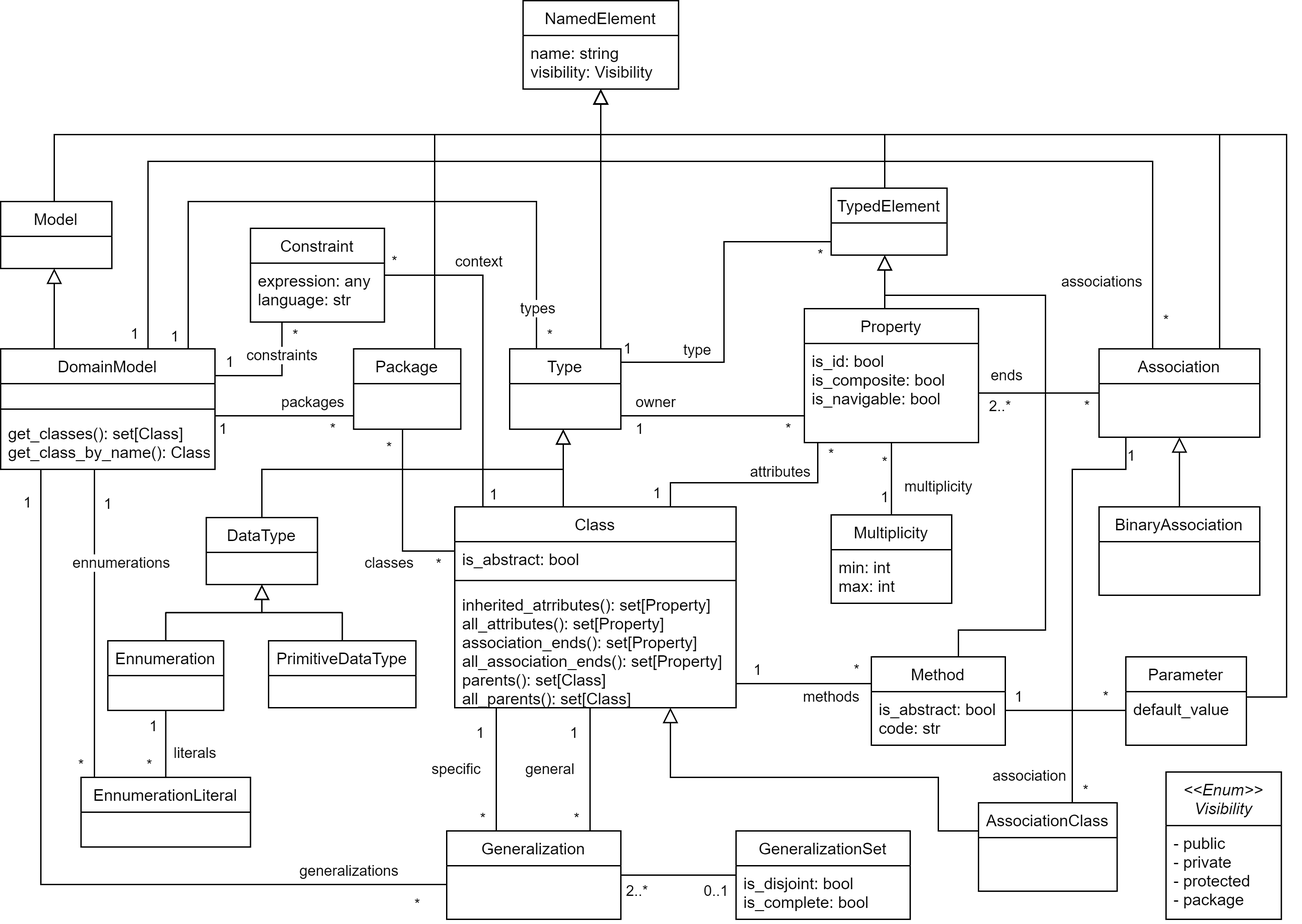
Above: docs/source/img/structural_mm.png in BESSER-PEARL/BESSER (draw.io), before the change. Source tidied: cells renumbered, new cells last; positions are measured from the earlier drawing's top-left corner, leaving out a move shared by most shapes.
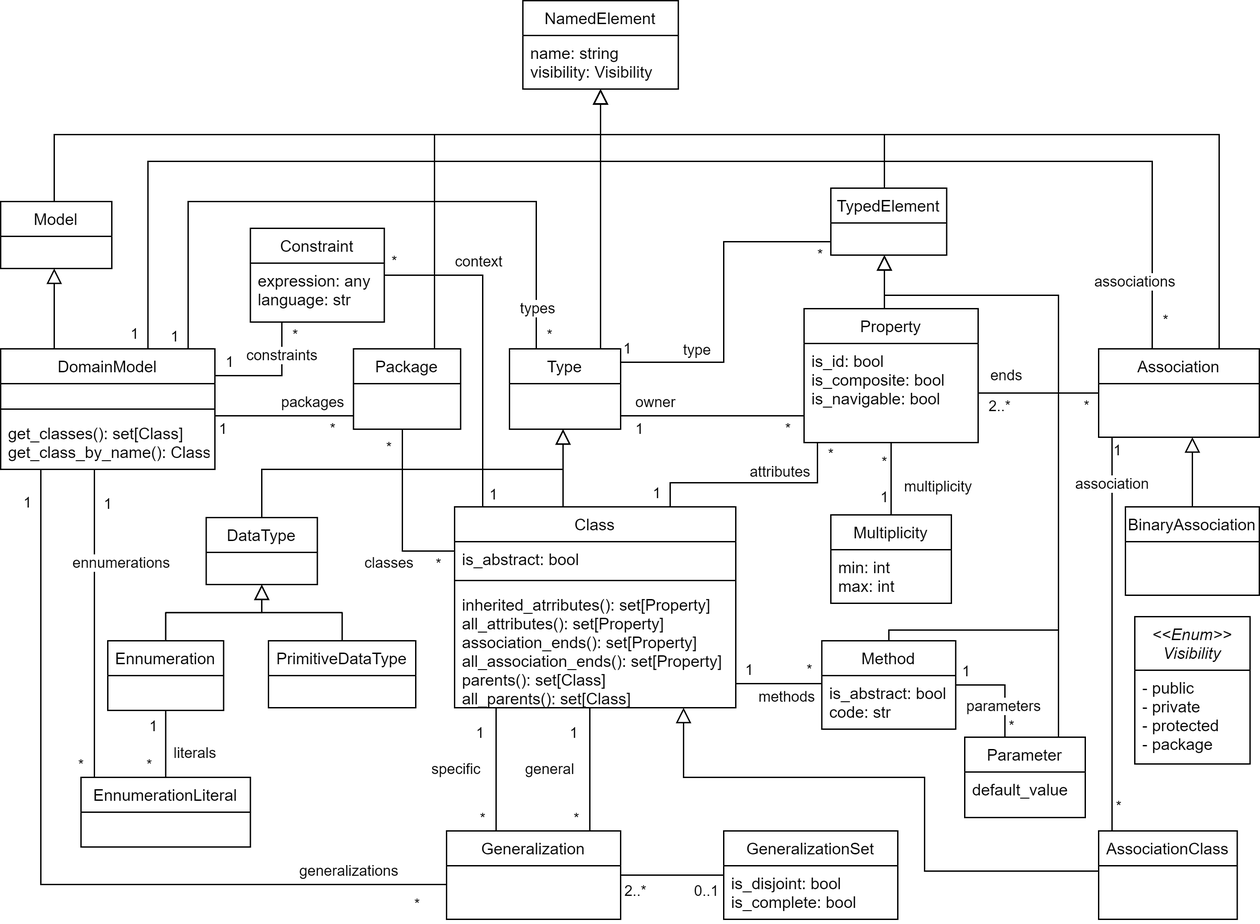
The same diagram one commit later.

Commit message:
Update Parameter class

Diff of the diagram source:
```diff
@@ -3,7 +3,7 @@
     <mxCell id="0" />
     <mxCell id="1" parent="0" />
     <mxCell id="2" value="&lt;&lt;Enum&gt;&gt;&#10;Visibility" style="swimlane;fontStyle=2;horizontal=1;startSize=40;fillColor=none;" parent="1" vertex="1">
-      <mxGeometry x="870" y="576" width="86.1" height="110" as="geometry" />
+      <mxGeometry x="847" y="460" width="86.1" height="110" as="geometry" />
     </mxCell>
     <mxCell id="3" value="- public&#10;- private&#10;- protected&#10;- package" style="text;strokeColor=none;fillColor=none;align=left;verticalAlign=top;spacingLeft=4;spacingRight=4;overflow=hidden;" parent="2" vertex="1">
       <mxGeometry y="40" width="86.1" height="70" as="geometry" />
@@ -181,45 +181,49 @@
       </mxGeometry>
     </mxCell>
     <mxCell id="41" value="BinaryAssociation" style="swimlane;fontStyle=0;horizontal=1;startSize=26;fillColor=none;" parent="1" vertex="1">
-      <mxGeometry x="820" y="378" width="120" height="66" as="geometry" />
+      <mxGeometry x="840" y="378" width="100" height="66" as="geometry" />
     </mxCell>
     <mxCell id="42" style="edgeStyle=orthogonalEdgeStyle;rounded=0;jettySize=auto;html=1;fontSize=12;fontColor=#99BEFF;startArrow=none;startFill=0;endArrow=block;endFill=0;endSize=9;" parent="1" edge="1" source="41" target="36">
-      <mxGeometry relative="1" as="geometry" />
+      <mxGeometry relative="1" as="geometry">
+        <Array as="points">
+          <mxPoint x="890" y="340" />
+          <mxPoint x="890" y="340" />
+        </Array>
+      </mxGeometry>
     </mxCell>
     <mxCell id="43" value="AssociationClass" style="swimlane;fontStyle=0;horizontal=1;startSize=26;fillColor=none;" parent="1" vertex="1">
-      <mxGeometry x="730" y="599" width="103.5" height="66" as="geometry" />
+      <mxGeometry x="820" y="620" width="103.5" height="66" as="geometry" />
     </mxCell>
     <mxCell id="44" style="edgeStyle=orthogonalEdgeStyle;rounded=0;jettySize=auto;html=1;fontSize=12;fontColor=#99BEFF;startArrow=none;startFill=0;endArrow=block;endFill=0;endSize=9;" parent="1" edge="1" source="43" target="27">
       <mxGeometry relative="1" as="geometry">
         <Array as="points">
-          <mxPoint x="700" y="620" />
-          <mxPoint x="700" y="580" />
-          <mxPoint x="500" y="580" />
+          <mxPoint x="690" y="650" />
+          <mxPoint x="690" y="580" />
+          <mxPoint x="510" y="580" />
         </Array>
       </mxGeometry>
     </mxCell>
     <mxCell id="45" style="endArrow=none;html=1;edgeStyle=orthogonalEdgeStyle;rounded=0;" parent="1" edge="1" source="43" target="36">
       <mxGeometry relative="1" as="geometry">
         <Array as="points">
-          <mxPoint x="800" y="660" />
-          <mxPoint x="800" y="350" />
-          <mxPoint x="840" y="350" />
+          <mxPoint x="830" y="610" />
+          <mxPoint x="830" y="610" />
         </Array>
       </mxGeometry>
     </mxCell>
     <mxCell id="46" value="association" style="edgeLabel;html=1;align=center;verticalAlign=middle;" parent="45" vertex="1">
       <mxGeometry x="0.2" y="-1" relative="1" as="geometry">
-        <mxPoint x="-33" y="167" as="offset" />
+        <mxPoint x="-1" y="-84" as="offset" />
       </mxGeometry>
     </mxCell>
     <mxCell id="47" value="*" style="edgeLabel;html=1;align=center;verticalAlign=middle;" parent="45" vertex="1">
       <mxGeometry x="-0.8" y="-1" relative="1" as="geometry">
-        <mxPoint x="9" y="22" as="offset" />
+        <mxPoint x="4" y="11" as="offset" />
       </mxGeometry>
     </mxCell>
     <mxCell id="48" value="1" style="edgeLabel;html=1;align=center;verticalAlign=middle;" parent="45" vertex="1">
       <mxGeometry x="0.86" y="1" relative="1" as="geometry">
-        <mxPoint x="5" y="-9" as="offset" />
+        <mxPoint x="5" y="-11" as="offset" />
       </mxGeometry>
     </mxCell>
     <mxCell id="49" value="Generalization" style="swimlane;fontStyle=0;horizontal=1;startSize=26;fillColor=none;" parent="1" vertex="1">
@@ -272,7 +276,7 @@
       </mxGeometry>
     </mxCell>
     <mxCell id="58" value="GeneralizationSet" style="swimlane;fontStyle=0;horizontal=1;startSize=26;fillColor=none;" parent="1" vertex="1">
-      <mxGeometry x="549" y="620" width="130" height="66" as="geometry" />
+      <mxGeometry x="540" y="620" width="130" height="66" as="geometry" />
     </mxCell>
     <mxCell id="59" value="is_disjoint: bool&#10;is_complete: bool&#10;" style="text;strokeColor=none;fillColor=none;align=left;verticalAlign=top;spacingLeft=4;spacingRight=4;overflow=hidden;" parent="58" vertex="1">
       <mxGeometry y="26" width="130" height="40" as="geometry" />
@@ -438,7 +442,7 @@
     </mxCell>
     <mxCell id="91" value="associations" style="edgeLabel;html=1;align=center;verticalAlign=middle;" parent="90" vertex="1">
       <mxGeometry x="0.2" y="-1" relative="1" as="geometry">
-        <mxPoint x="235" y="89" as="offset" />
+        <mxPoint x="260" y="89" as="offset" />
       </mxGeometry>
     </mxCell>
     <mxCell id="92" value="1" style="edgeLabel;html=1;align=center;verticalAlign=middle;" parent="90" vertex="1">
@@ -590,22 +594,21 @@
       </mxGeometry>
     </mxCell>
     <mxCell id="118" value="Method" style="swimlane;fontStyle=0;horizontal=1;startSize=26;" parent="1" vertex="1">
-      <mxGeometry x="650" y="490" width="100" height="66" as="geometry" />
+      <mxGeometry x="613.2" y="478" width="100" height="66" as="geometry" />
     </mxCell>
     <mxCell id="119" value="is_abstract: bool&#10;code: str" style="text;strokeColor=none;fillColor=none;align=left;verticalAlign=top;spacingLeft=4;spacingRight=4;overflow=hidden;" parent="118" vertex="1">
       <mxGeometry y="26" width="100" height="40" as="geometry" />
     </mxCell>
     <mxCell id="120" value="Parameter" style="swimlane;fontStyle=0;horizontal=1;startSize=26;" parent="1" vertex="1">
-      <mxGeometry x="840" y="490" width="90" height="66" as="geometry" />
+      <mxGeometry x="720" y="550" width="90" height="60" as="geometry" />
     </mxCell>
     <mxCell id="121" value="default_value" style="text;strokeColor=none;fillColor=none;align=left;verticalAlign=top;spacingLeft=4;spacingRight=4;overflow=hidden;" parent="120" vertex="1">
-      <mxGeometry y="26" width="90" height="40" as="geometry" />
+      <mxGeometry y="26" width="90" height="34" as="geometry" />
     </mxCell>
     <mxCell id="122" style="endArrow=none;html=1;edgeStyle=orthogonalEdgeStyle;rounded=0;" parent="1" edge="1" source="120" target="118">
       <mxGeometry relative="1" as="geometry">
         <Array as="points">
-          <mxPoint x="790" y="530" />
-          <mxPoint x="790" y="530" />
+          <mxPoint x="750" y="511" />
         </Array>
       </mxGeometry>
     </mxCell>
@@ -616,9 +619,14 @@
     </mxCell>
     <mxCell id="124" value="*" style="edgeLabel;html=1;align=center;verticalAlign=middle;" parent="122" vertex="1">
       <mxGeometry x="-0.64" relative="1" as="geometry">
-        <mxPoint y="-10" as="offset" />
+        <mxPoint x="5" y="5" as="offset" />
       </mxGeometry>
     </mxCell>
+    <mxCell id="131" value="parameters" style="edgeLabel;html=1;align=center;verticalAlign=middle;" parent="122" vertex="1">
+      <mxGeometry x="-0.19" y="1" relative="1" as="geometry">
+        <mxPoint y="7" as="offset" />
+      </mxGeometry>
+    </mxCell>
     <mxCell id="125" style="endArrow=none;html=1;edgeStyle=orthogonalEdgeStyle;rounded=0;" parent="1" edge="1" source="27" target="118">
       <mxGeometry relative="1" as="geometry">
         <Array as="points">
@@ -634,30 +642,30 @@
     </mxCell>
     <mxCell id="127" value="*" style="edgeLabel;html=1;align=center;verticalAlign=middle;" parent="125" vertex="1">
       <mxGeometry x="0.59" y="2" relative="1" as="geometry">
-        <mxPoint x="10" y="-8" as="offset" />
+        <mxPoint x="4" y="-8" as="offset" />
       </mxGeometry>
     </mxCell>
     <mxCell id="128" value="methods" style="edgeLabel;html=1;align=center;verticalAlign=middle;" parent="125" vertex="1">
       <mxGeometry x="0.18" y="-3" relative="1" as="geometry">
-        <mxPoint x="11" y="7" as="offset" />
+        <mxPoint x="-1" y="7" as="offset" />
       </mxGeometry>
     </mxCell>
     <mxCell id="129" style="edgeStyle=orthogonalEdgeStyle;rounded=0;jettySize=auto;html=1;fontSize=12;fontColor=#99BEFF;startArrow=none;startFill=0;endArrow=block;endFill=0;endSize=9;" parent="1" edge="1" source="118" target="116">
       <mxGeometry relative="1" as="geometry">
         <Array as="points">
-          <mxPoint x="715" y="470" />
-          <mxPoint x="780" y="470" />
-          <mxPoint x="780" y="220" />
+          <mxPoint x="663" y="470" />
+          <mxPoint x="790" y="470" />
+          <mxPoint x="790" y="220" />
           <mxPoint x="660" y="220" />
         </Array>
       </mxGeometry>
     </mxCell>
-    <mxCell id="130" style="edgeStyle=orthogonalEdgeStyle;rounded=0;jettySize=auto;html=1;fontSize=12;fontColor=#99BEFF;startArrow=none;startFill=0;endArrow=block;endFill=0;endSize=9;" parent="1" edge="1" source="120" target="4">
+    <mxCell id="130" style="edgeStyle=orthogonalEdgeStyle;rounded=0;jettySize=auto;html=1;fontSize=12;fontColor=#99BEFF;startArrow=none;startFill=0;endArrow=block;endFill=0;endSize=9;" parent="1" edge="1" source="120">
       <mxGeometry relative="1" as="geometry">
+        <mxPoint x="660" y="190" as="targetPoint" />
         <Array as="points">
-          <mxPoint x="960" y="520" />
-          <mxPoint x="960" y="100" />
-          <mxPoint x="448" y="100" />
+          <mxPoint x="790" y="220" />
+          <mxPoint x="660" y="220" />
         </Array>
       </mxGeometry>
     </mxCell>
```
